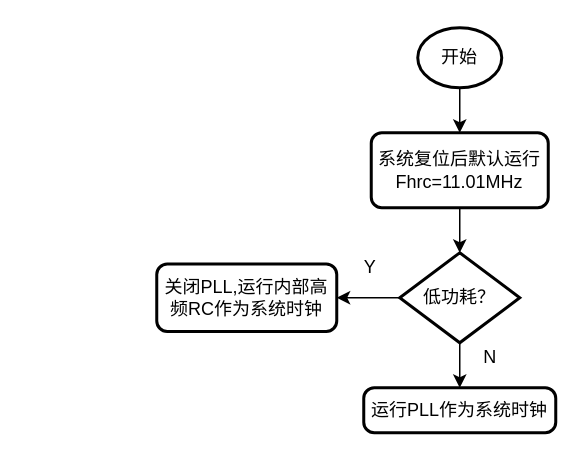
The draw.io diagram HT6025Prj_image/时钟配置流程图.drawio in wigenbi/Diagrams, before the edit. Source tidied: cells renumbered, new cells numbered last; positions are measured from the earlier drawing's top-left corner, leaving out a move shared by most shapes. Both pictures are drawn from the tidied source at 150%, with x=0, y=0 at pixel (156, 27).
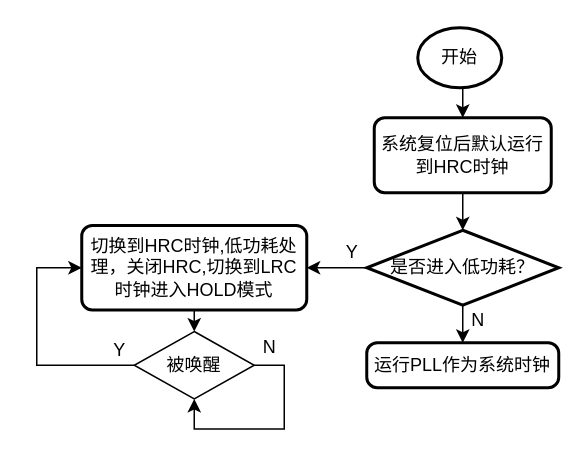
Above is the later version.

Commit message:
更新时钟配置流程图.drawio

Change to the diagram source:
```diff
@@
-    <mxCell id="6" value="低功耗？" style="strokeWidth=2;html=1;shape=mxgraph.flowchart.decision;whiteSpace=wrap;" parent="1" vertex="1">
-      <mxGeometry x="162" y="150" width="80" height="60" as="geometry" />
+    <mxCell id="6" value="是否进入低功耗？" style="strokeWidth=2;html=1;shape=mxgraph.flowchart.decision;whiteSpace=wrap;" parent="1" vertex="1">
+      <mxGeometry x="140" y="135" width="128" height="50" as="geometry" />
     </mxCell>
@@
-    <mxCell id="8" value="系统复位后默认运行Fhrc=11.01MHz" style="rounded=1;whiteSpace=wrap;html=1;absoluteArcSize=1;arcSize=14;strokeWidth=2;" parent="1" vertex="1">
-      <mxGeometry x="143" y="70" width="118" height="50" as="geometry" />
+    <mxCell id="8" value="系统复位后默认运行&lt;br&gt;&lt;font style=&quot;font-size: 12px;&quot;&gt;到HRC时钟&lt;/font&gt;" style="rounded=1;whiteSpace=wrap;html=1;absoluteArcSize=1;arcSize=14;strokeWidth=2;" parent="1" vertex="1">
+      <mxGeometry x="145" y="60" width="118" height="50" as="geometry" />
     </mxCell>
     <mxCell id="9" value="运行PLL作为系统时钟" style="rounded=1;whiteSpace=wrap;html=1;absoluteArcSize=1;arcSize=14;strokeWidth=2;" parent="1" vertex="1">
-      <mxGeometry x="138" y="240" width="128" height="30" as="geometry" />
+      <mxGeometry x="140" y="210" width="128" height="30" as="geometry" />
     </mxCell>
     <mxCell id="10" value="N" style="text;html=1;align=center;verticalAlign=middle;strokeColor=none;fillColor=none;" parent="1" vertex="1">
-      <mxGeometry x="212" y="210" width="20" height="20" as="geometry" />
+      <mxGeometry x="204" y="185" width="20" height="20" as="geometry" />
     </mxCell>
+    <mxCell id="13" style="edgeStyle=orthogonalEdgeStyle;rounded=0;jettySize=auto;html=1;exitX=0.5;exitY=1;exitDx=0;exitDy=0;entryX=0.5;entryY=0;entryDx=0;entryDy=0;fontFamily=Helvetica;fontSize=12;" parent="1" edge="1" source="11" target="15">
+      <mxGeometry relative="1" as="geometry" />
+    </mxCell>
-    <mxCell id="11" value="关闭PLL,运行内部高频RC作为系统时钟" style="rounded=1;whiteSpace=wrap;html=1;absoluteArcSize=1;arcSize=14;strokeWidth=2;" parent="1" vertex="1">
-      <mxGeometry y="157.5" width="120" height="45" as="geometry" />
+    <mxCell id="11" value="切换到HRC时钟,低功耗处理，关闭HRC,切换到LRC时钟进入HOLD模式" style="rounded=1;whiteSpace=wrap;html=1;absoluteArcSize=1;arcSize=14;strokeWidth=2;" parent="1" vertex="1">
+      <mxGeometry x="-50" y="131.9" width="150" height="56.2" as="geometry" />
     </mxCell>
     <mxCell id="12" value="Y" style="text;html=1;align=center;verticalAlign=middle;strokeColor=none;fillColor=none;" parent="1" vertex="1">
-      <mxGeometry x="132" y="150" width="20" height="20" as="geometry" />
+      <mxGeometry x="120" y="140" width="20" height="20" as="geometry" />
     </mxCell>
+    <mxCell id="14" style="edgeStyle=orthogonalEdgeStyle;rounded=0;jettySize=auto;html=1;exitX=0;exitY=0.5;exitDx=0;exitDy=0;entryX=0;entryY=0.5;entryDx=0;entryDy=0;fontFamily=Helvetica;fontSize=12;" parent="1" edge="1" source="15" target="11">
+      <mxGeometry relative="1" as="geometry">
+        <Array as="points">
+          <mxPoint x="-80" y="225" />
+          <mxPoint x="-80" y="160" />
+        </Array>
+      </mxGeometry>
+    </mxCell>
+    <mxCell id="15" value="被唤醒" style="rhombus;whiteSpace=wrap;html=1;fontFamily=Helvetica;fontSize=12;" parent="1" vertex="1">
+      <mxGeometry x="-15" y="202.5" width="80" height="45" as="geometry" />
+    </mxCell>
+    <mxCell id="16" style="edgeStyle=orthogonalEdgeStyle;rounded=0;orthogonalLoop=1;jettySize=auto;html=1;exitX=1;exitY=0.5;exitDx=0;exitDy=0;entryX=0.5;entryY=1;entryDx=0;entryDy=0;fontFamily=Helvetica;fontSize=12;" parent="1" edge="1" source="15" target="15">
+      <mxGeometry relative="1" as="geometry" />
+    </mxCell>
+    <mxCell id="17" value="N" style="text;html=1;align=center;verticalAlign=middle;strokeColor=none;fillColor=none;fontSize=12;fontFamily=Helvetica;" parent="1" vertex="1">
+      <mxGeometry x="65" y="202.5" width="20" height="20" as="geometry" />
+    </mxCell>
+    <mxCell id="18" value="Y" style="text;html=1;align=center;verticalAlign=middle;strokeColor=none;fillColor=none;fontSize=12;fontFamily=Helvetica;" parent="1" vertex="1">
+      <mxGeometry x="-35" y="205" width="20" height="20" as="geometry" />
+    </mxCell>
```
